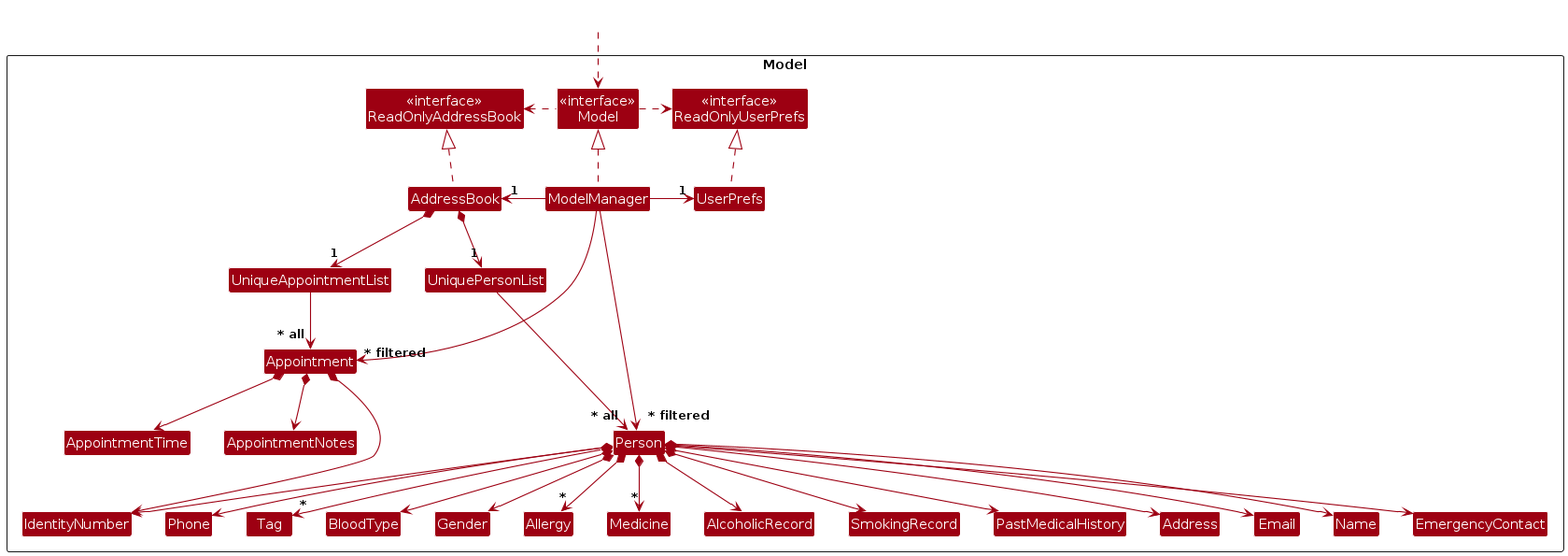
Earlier version of the PlantUML export diagrams/ModelClassDiagram.png (bananapielearnsjava/tp). Its source is kept beside it as diagrams/ModelClassDiagram.puml.
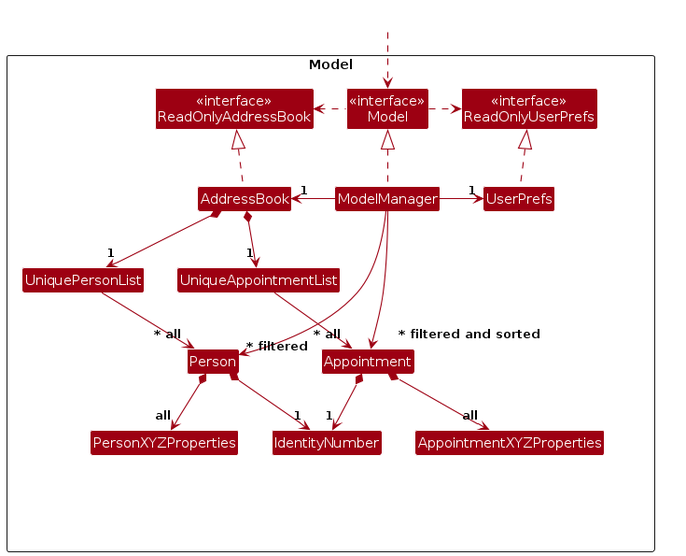
After the commit.

What changed in the source:
```diff
@@ -14,24 +14,14 @@
 
 Class UniquePersonList
 Class Person
-Class Address
-Class EmergencyContact
-Class Email
+
+Class PersonXYZProperties
 Class IdentityNumber
-Class Name
-Class Phone
-Class Tag
-Class BloodType
-Class Gender
-Class Allergy
-Class Medicine
-Class AlcoholicRecord
-Class SmokingRecord
-Class PastMedicalHistory
+
 Class UniqueAppointmentList
 Class Appointment
-Class AppointmentTime
-Class AppointmentNotes
+
+Class AppointmentXYZProperties
 
 Class I #FFFFFF
 }
@@ -50,33 +40,25 @@
 
 AddressBook *--> "1" UniquePersonList
 AddressBook *--> "1" UniqueAppointmentList
-UniquePersonList --> "~* all" Person
-UniqueAppointmentList --> "~* all" Appointment
-Person *--> Name
-Person *--> IdentityNumber
-Person *--> Phone
-Person *--> Email
-Person *--> Address
-Person *--> EmergencyContact
-Person *--> "*" Tag
-Person *--> BloodType
-Person *--> Gender
-Person *--> "*" Medicine
-Person *--> "*" Allergy
-Person *--> AlcoholicRecord
-Person *--> SmokingRecord
-Person *--> PastMedicalHistory
+UniquePersonList -down-> "~* all" Person
+UniqueAppointmentList -down-> "~* all" Appointment
+Person *--> "1" IdentityNumber
+Person *--> "all" PersonXYZProperties
 
-Appointment *--> AppointmentTime
-Appointment *--> AppointmentNotes
-Appointment *--> IdentityNumber
-Person -[hidden]up--> I
-UniquePersonList -[hidden]right-> I
-
-Name -[hidden]right-> Phone
-Phone -[hidden]right-> Address
-Address -[hidden]right-> Email
+Appointment *--> "1" IdentityNumber
+Appointment *--> "all" AppointmentXYZProperties
 
 ModelManager --> "~* filtered" Person
-ModelManager --> "~* filtered" Appointment
+ModelManager --> "~* filtered and sorted" Appointment
+
+
+Person -[hidden]down--> I
+UniquePersonList -[hidden]right-> I
+Appointment -[hidden]down--> I
+Appointment -[hidden]left--> Person
+
+PersonXYZProperties -[hidden]right-> IdentityNumber
+AppointmentXYZProperties -[hidden]left-> IdentityNumber
+
+
 @enduml
```
